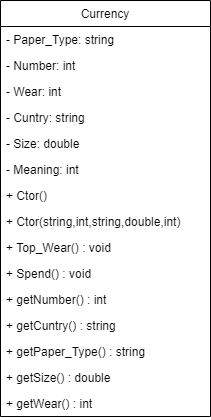
Above: Untitled Diagram.drawio.png in InkaShev7777/UML (draw.io), before the change. Source tidied: cells renumbered, new cells last; positions are measured from the earlier drawing's top-left corner, leaving out a move shared by most shapes.
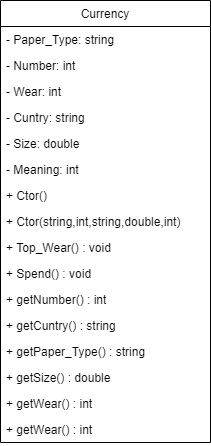
After the change.

What changed in the source:
```diff
@@ -3,7 +3,7 @@
     <mxCell id="0" />
     <mxCell id="1" parent="0" />
     <mxCell id="2" value="Currency" style="swimlane;fontStyle=0;horizontal=1;startSize=26;fillColor=none;" parent="1" vertex="1">
-      <mxGeometry width="210" height="416" as="geometry" />
+      <mxGeometry width="210" height="442" as="geometry" />
     </mxCell>
     <mxCell id="3" value="- Paper_Type: string" style="text;strokeColor=none;fillColor=none;align=left;verticalAlign=top;spacingLeft=4;spacingRight=4;overflow=hidden;" parent="2" vertex="1">
       <mxGeometry y="26" width="210" height="26" as="geometry" />
@@ -47,8 +47,11 @@
     <mxCell id="16" value="+ getSize() : double" style="text;strokeColor=none;fillColor=none;align=left;verticalAlign=top;spacingLeft=4;spacingRight=4;overflow=hidden;" parent="2" vertex="1">
       <mxGeometry y="364" width="210" height="26" as="geometry" />
     </mxCell>
+    <mxCell id="18" value="+ getWear() : int" style="text;strokeColor=none;fillColor=none;align=left;verticalAlign=top;spacingLeft=4;spacingRight=4;overflow=hidden;" parent="2" vertex="1">
+      <mxGeometry y="390" width="210" height="26" as="geometry" />
+    </mxCell>
     <mxCell id="17" value="+ getWear() : int" style="text;strokeColor=none;fillColor=none;align=left;verticalAlign=top;spacingLeft=4;spacingRight=4;overflow=hidden;" parent="2" vertex="1">
-      <mxGeometry y="390" width="210" height="26" as="geometry" />
+      <mxGeometry y="416" width="210" height="26" as="geometry" />
     </mxCell>
   </root>
 </mxGraphModel>
```
